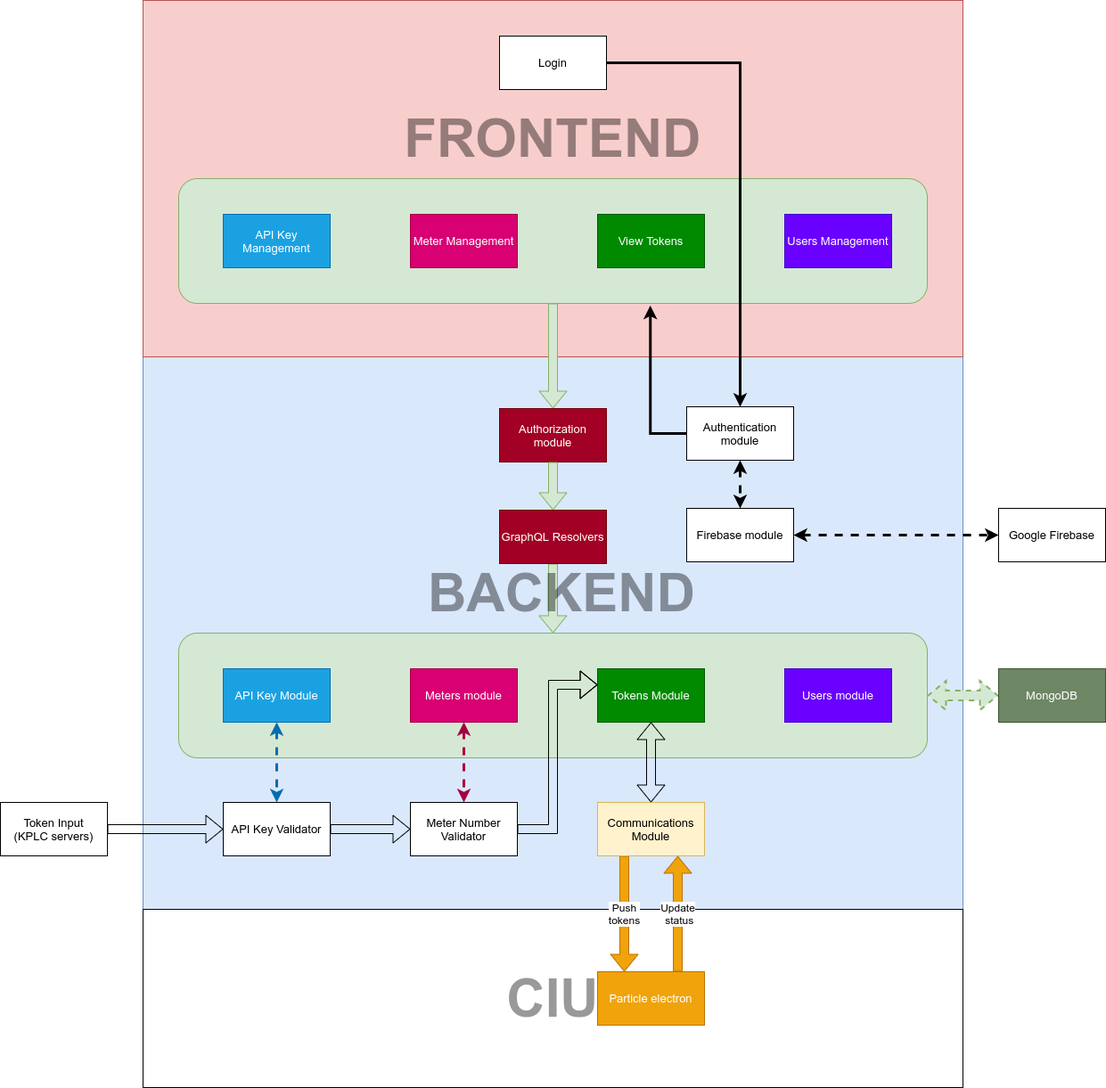
Earlier version of the draw.io export assets/logicv2.png (kisinga/ATS). Source tidied: cells renumbered, new cells last; positions are measured from the earlier drawing's top-left corner, leaving out a move shared by most shapes. Source of this version:
```xml
<mxGraphModel>
  <root>
    <mxCell id="0" />
    <mxCell id="1" parent="0" />
    <mxCell id="2" style="rounded=0;whiteSpace=wrap;html=1;fillColor=#dae8fc;strokeColor=#6c8ebf;textOpacity=40;fontSize=60;fontStyle=1;" parent="1" vertex="1">
      <mxGeometry x="160" y="400" width="920" height="620" as="geometry" />
    </mxCell>
    <mxCell id="3" style="edgeStyle=orthogonalEdgeStyle;jettySize=auto;html=1;startArrow=classic;dashed=1;strokeWidth=2;rounded=0;startFill=1;fillColor=#d5e8d4;strokeColor=#82b366;shape=flexArrow;" parent="1" edge="1" source="29" target="18">
      <mxGeometry relative="1" as="geometry" />
    </mxCell>
    <mxCell id="4" style="rounded=0;whiteSpace=wrap;html=1;fillColor=#f8cecc;strokeColor=#b85450;fontSize=60;textOpacity=40;" parent="1" vertex="1">
      <mxGeometry x="160" width="920" height="400" as="geometry" />
    </mxCell>
    <mxCell id="5" style="edgeStyle=orthogonalEdgeStyle;rounded=0;jettySize=auto;html=1;shape=flexArrow;fillColor=#d5e8d4;strokeColor=#82b366;exitX=0.5;exitY=1;exitDx=0;exitDy=0;" parent="1" edge="1" source="36" target="25">
      <mxGeometry relative="1" as="geometry" />
    </mxCell>
    <mxCell id="6" value="Login" style="rounded=0;whiteSpace=wrap;html=1;fontSize=13;" parent="1" vertex="1">
      <mxGeometry x="560" y="40" width="120" height="60" as="geometry" />
    </mxCell>
    <mxCell id="7" style="edgeStyle=orthogonalEdgeStyle;rounded=0;jettySize=auto;html=1;strokeWidth=3;fillColor=#d5e8d4;exitX=0;exitY=0.5;exitDx=0;exitDy=0;entryX=0.63;entryY=1.017;entryDx=0;entryDy=0;entryPerimeter=0;" parent="1" edge="1" source="21" target="36">
      <mxGeometry relative="1" as="geometry">
        <Array as="points">
          <mxPoint x="729" y="486" />
        </Array>
      </mxGeometry>
    </mxCell>
    <mxCell id="8" style="rounded=0;whiteSpace=wrap;html=1;fontSize=60;fontStyle=1;textOpacity=40;" parent="1" vertex="1">
      <mxGeometry x="160" y="1020" width="920" height="200" as="geometry" />
    </mxCell>
    <mxCell id="9" value="&lt;font style=&quot;font-size: 12px&quot;&gt;Update&lt;br&gt;&amp;nbsp;status&lt;/font&gt;" style="edgeStyle=orthogonalEdgeStyle;shape=flexArrow;rounded=0;jettySize=auto;html=1;startArrow=none;startFill=0;strokeWidth=1;fontSize=12;entryX=0.75;entryY=1;entryDx=0;entryDy=0;exitX=0.75;exitY=0;exitDx=0;exitDy=0;fillColor=#f0a30a;strokeColor=#BD7000;" parent="1" edge="1" source="10" target="13">
      <mxGeometry relative="1" as="geometry" />
    </mxCell>
    <mxCell id="10" value="Particle electron" style="rounded=0;whiteSpace=wrap;html=1;fontSize=13;fillColor=#f0a30a;strokeColor=#BD7000;fontColor=#ffffff;" parent="1" vertex="1">
      <mxGeometry x="670" y="1090" width="120" height="60" as="geometry" />
    </mxCell>
    <mxCell id="11" value="FRONTEND" style="rounded=0;whiteSpace=wrap;html=1;fontSize=60;strokeColor=none;fillColor=none;textOpacity=40;fontStyle=1;" parent="1" vertex="1">
      <mxGeometry x="440" y="100" width="360" height="110" as="geometry" />
    </mxCell>
    <mxCell id="12" value="Push&lt;br&gt;tokens" style="edgeStyle=orthogonalEdgeStyle;shape=flexArrow;rounded=0;jettySize=auto;html=1;startArrow=none;startFill=0;strokeWidth=1;fontSize=12;exitX=0.25;exitY=1;exitDx=0;exitDy=0;entryX=0.25;entryY=0;entryDx=0;entryDy=0;fillColor=#f0a30a;strokeColor=#BD7000;" parent="1" edge="1" source="13" target="10">
      <mxGeometry relative="1" as="geometry" />
    </mxCell>
    <mxCell id="13" value="Communications Module" style="rounded=0;whiteSpace=wrap;html=1;fontSize=13;fillColor=#fff2cc;strokeColor=#d6b656;" parent="1" vertex="1">
      <mxGeometry x="670" y="900" width="120" height="60" as="geometry" />
    </mxCell>
    <mxCell id="14" value="Google Firebase" style="rounded=0;whiteSpace=wrap;html=1;fontSize=13;" parent="1" vertex="1">
      <mxGeometry x="1120" y="570" width="120" height="60" as="geometry" />
    </mxCell>
    <mxCell id="15" style="edgeStyle=orthogonalEdgeStyle;rounded=0;jettySize=auto;html=1;strokeWidth=3;fontSize=60;startArrow=classic;startFill=1;entryX=0;entryY=0.5;entryDx=0;entryDy=0;dashed=1;" parent="1" edge="1" source="22" target="14">
      <mxGeometry relative="1" as="geometry" />
    </mxCell>
    <mxCell id="16" value="CIU" style="rounded=0;whiteSpace=wrap;html=1;fontSize=60;strokeColor=none;fillColor=none;textOpacity=40;fontStyle=1;" parent="1" vertex="1">
      <mxGeometry x="565" y="1065" width="110" height="110" as="geometry" />
    </mxCell>
    <mxCell id="17" style="edgeStyle=orthogonalEdgeStyle;shape=flexArrow;rounded=0;jettySize=auto;html=1;fillColor=#d5e8d4;strokeColor=#82b366;exitX=0.5;exitY=1;exitDx=0;exitDy=0;entryX=0.5;entryY=0;entryDx=0;entryDy=0;" parent="1" edge="1" source="26" target="29">
      <mxGeometry relative="1" as="geometry" />
    </mxCell>
    <mxCell id="18" value="MongoDB" style="rounded=0;whiteSpace=wrap;html=1;fontSize=13;fillColor=#6d8764;strokeColor=#3A5431;fontColor=#ffffff;" parent="1" vertex="1">
      <mxGeometry x="1120" y="750" width="120" height="60" as="geometry" />
    </mxCell>
    <mxCell id="19" value="BACKEND" style="rounded=0;whiteSpace=wrap;html=1;fontSize=60;strokeColor=none;fillColor=none;textOpacity=40;fontStyle=1;" parent="1" vertex="1">
      <mxGeometry x="450" y="640" width="360" height="50" as="geometry" />
    </mxCell>
    <mxCell id="20" style="group;" parent="1" vertex="1">
      <mxGeometry x="770" y="456" width="120" height="174" as="geometry" />
    </mxCell>
    <mxCell id="21" value="Authentication module" style="rounded=0;whiteSpace=wrap;html=1;fontSize=13;" parent="20" vertex="1">
      <mxGeometry width="120" height="60" as="geometry" />
    </mxCell>
    <mxCell id="22" value="Firebase module" style="rounded=0;whiteSpace=wrap;html=1;fontSize=13;" parent="20" vertex="1">
      <mxGeometry y="114" width="120" height="60" as="geometry" />
    </mxCell>
    <mxCell id="23" style="edgeStyle=orthogonalEdgeStyle;rounded=0;jettySize=auto;html=1;strokeWidth=3;fontSize=60;startArrow=classic;startFill=1;dashed=1;" parent="20" edge="1" source="21" target="22">
      <mxGeometry relative="1" as="geometry" />
    </mxCell>
    <mxCell id="24" style="group;" parent="1" vertex="1">
      <mxGeometry x="560" y="458" width="120" height="174" as="geometry" />
    </mxCell>
    <mxCell id="25" value="Authorization module" style="rounded=0;whiteSpace=wrap;html=1;fillColor=#a20025;strokeColor=#6F0000;fontSize=13;fontColor=#ffffff;" parent="24" vertex="1">
      <mxGeometry width="120" height="60" as="geometry" />
    </mxCell>
    <mxCell id="26" value="GraphQL Resolvers" style="rounded=0;whiteSpace=wrap;html=1;fillColor=#a20025;fontSize=13;strokeColor=#6F0000;fontColor=#ffffff;" parent="24" vertex="1">
      <mxGeometry y="114" width="120" height="60" as="geometry" />
    </mxCell>
    <mxCell id="27" style="edgeStyle=orthogonalEdgeStyle;rounded=0;jumpSize=6;jettySize=auto;html=1;startArrow=none;startFill=0;strokeWidth=1;fontSize=12;shape=flexArrow;fillColor=#d5e8d4;strokeColor=#82b366;" parent="24" edge="1" source="25" target="26">
      <mxGeometry relative="1" as="geometry" />
    </mxCell>
    <mxCell id="28" style="group;" parent="1" vertex="1">
      <mxGeometry x="200" y="710" width="840" height="140" as="geometry" />
    </mxCell>
    <mxCell id="29" style="rounded=1;whiteSpace=wrap;html=1;fillColor=#d5e8d4;strokeColor=#82b366;" parent="28" vertex="1">
      <mxGeometry width="840" height="140" as="geometry" />
    </mxCell>
    <mxCell id="30" style="group;" parent="28" vertex="1">
      <mxGeometry x="50" y="40" width="750" height="60" as="geometry" />
    </mxCell>
    <mxCell id="31" value="Users module" style="rounded=0;whiteSpace=wrap;html=1;fontSize=13;fillColor=#6a00ff;strokeColor=#3700CC;fontColor=#ffffff;" parent="30" vertex="1">
      <mxGeometry x="630" width="120" height="60" as="geometry" />
    </mxCell>
    <mxCell id="32" value="API Key Module" style="rounded=0;whiteSpace=wrap;html=1;fontSize=13;fillColor=#1ba1e2;strokeColor=#006EAF;fontColor=#ffffff;" parent="30" vertex="1">
      <mxGeometry width="120" height="60" as="geometry" />
    </mxCell>
    <mxCell id="33" value="Meters module" style="rounded=0;whiteSpace=wrap;html=1;fontSize=13;fillColor=#d80073;strokeColor=#A50040;fontColor=#ffffff;" parent="30" vertex="1">
      <mxGeometry x="210" width="120" height="60" as="geometry" />
    </mxCell>
    <mxCell id="34" value="Tokens Module" style="rounded=0;whiteSpace=wrap;html=1;fontSize=13;fillColor=#008a00;strokeColor=#005700;fontColor=#ffffff;" parent="30" vertex="1">
      <mxGeometry x="420" width="120" height="60" as="geometry" />
    </mxCell>
    <mxCell id="35" style="group;" parent="1" vertex="1">
      <mxGeometry x="200" y="200" width="840" height="140" as="geometry" />
    </mxCell>
    <mxCell id="36" style="rounded=1;whiteSpace=wrap;html=1;fillColor=#d5e8d4;strokeColor=#82b366;" parent="35" vertex="1">
      <mxGeometry width="840" height="140" as="geometry" />
    </mxCell>
    <mxCell id="37" style="group;" parent="35" vertex="1">
      <mxGeometry x="50" y="40" width="750" height="60" as="geometry" />
    </mxCell>
    <mxCell id="38" value="Users Management" style="rounded=0;whiteSpace=wrap;html=1;fontSize=13;fillColor=#6a00ff;strokeColor=#3700CC;fontColor=#ffffff;" parent="37" vertex="1">
      <mxGeometry x="630" width="120" height="60" as="geometry" />
    </mxCell>
    <mxCell id="39" value="API Key Management" style="rounded=0;whiteSpace=wrap;html=1;fontSize=13;fillColor=#1ba1e2;strokeColor=#006EAF;fontColor=#ffffff;" parent="37" vertex="1">
      <mxGeometry width="120" height="60" as="geometry" />
    </mxCell>
    <mxCell id="40" value="Meter Management" style="rounded=0;whiteSpace=wrap;html=1;fontSize=13;fillColor=#d80073;strokeColor=#A50040;fontColor=#ffffff;" parent="37" vertex="1">
      <mxGeometry x="210" width="120" height="60" as="geometry" />
    </mxCell>
    <mxCell id="41" value="View Tokens" style="rounded=0;whiteSpace=wrap;html=1;fontSize=13;fillColor=#008a00;strokeColor=#005700;fontColor=#ffffff;" parent="37" vertex="1">
      <mxGeometry x="420" width="120" height="60" as="geometry" />
    </mxCell>
    <mxCell id="42" style="edgeStyle=orthogonalEdgeStyle;rounded=0;jettySize=auto;html=1;strokeWidth=3;" parent="1" edge="1" source="6" target="21">
      <mxGeometry relative="1" as="geometry" />
    </mxCell>
    <mxCell id="43" style="edgeStyle=orthogonalEdgeStyle;rounded=0;jettySize=auto;html=1;entryX=0.5;entryY=0;entryDx=0;entryDy=0;dashed=1;startArrow=classic;startFill=1;strokeWidth=3;fontSize=60;jumpSize=6;fillColor=#d80073;strokeColor=#A50040;" parent="1" edge="1" source="33" target="48">
      <mxGeometry relative="1" as="geometry" />
    </mxCell>
    <mxCell id="44" style="edgeStyle=orthogonalEdgeStyle;rounded=0;jettySize=auto;html=1;startArrow=classic;startFill=1;strokeWidth=3;fontSize=60;dashed=1;fillColor=#1ba1e2;strokeColor=#006EAF;" parent="1" edge="1" source="32" target="50">
      <mxGeometry relative="1" as="geometry" />
    </mxCell>
    <mxCell id="45" style="edgeStyle=orthogonalEdgeStyle;shape=flexArrow;rounded=0;jettySize=auto;html=1;startArrow=none;startFill=0;strokeWidth=1;fontSize=60;exitX=1;exitY=0.5;exitDx=0;exitDy=0;" parent="1" edge="1" source="48" target="34">
      <mxGeometry relative="1" as="geometry">
        <Array as="points">
          <mxPoint x="620" y="930" />
          <mxPoint x="620" y="768" />
        </Array>
      </mxGeometry>
    </mxCell>
    <mxCell id="46" style="edgeStyle=orthogonalEdgeStyle;shape=flexArrow;rounded=0;jettySize=auto;html=1;startArrow=block;startFill=0;strokeWidth=1;fontSize=60;" parent="1" edge="1" source="34" target="13">
      <mxGeometry relative="1" as="geometry" />
    </mxCell>
    <mxCell id="47" style="group;" parent="1" vertex="1">
      <mxGeometry y="900" width="580" height="60" as="geometry" />
    </mxCell>
    <mxCell id="48" value="Meter Number Validator" style="rounded=0;whiteSpace=wrap;html=1;fontSize=13;" parent="47" vertex="1">
      <mxGeometry x="460" width="120" height="60" as="geometry" />
    </mxCell>
    <mxCell id="49" style="edgeStyle=orthogonalEdgeStyle;shape=flexArrow;rounded=0;jettySize=auto;html=1;startArrow=none;startFill=0;strokeWidth=1;fontSize=60;" parent="47" edge="1" source="50" target="48">
      <mxGeometry relative="1" as="geometry" />
    </mxCell>
    <mxCell id="50" value="API Key Validator" style="rounded=0;whiteSpace=wrap;html=1;fontSize=13;" parent="47" vertex="1">
      <mxGeometry x="250" width="120" height="60" as="geometry" />
    </mxCell>
    <mxCell id="51" style="edgeStyle=orthogonalEdgeStyle;shape=flexArrow;rounded=0;jettySize=auto;html=1;startArrow=none;startFill=0;strokeWidth=1;fontSize=60;" parent="47" edge="1" source="52" target="50">
      <mxGeometry relative="1" as="geometry" />
    </mxCell>
    <mxCell id="52" value="Token Input&lt;br&gt;(KPLC servers)" style="rounded=0;whiteSpace=wrap;html=1;fontSize=13;" parent="47" vertex="1">
      <mxGeometry width="120" height="60" as="geometry" />
    </mxCell>
  </root>
</mxGraphModel>
```
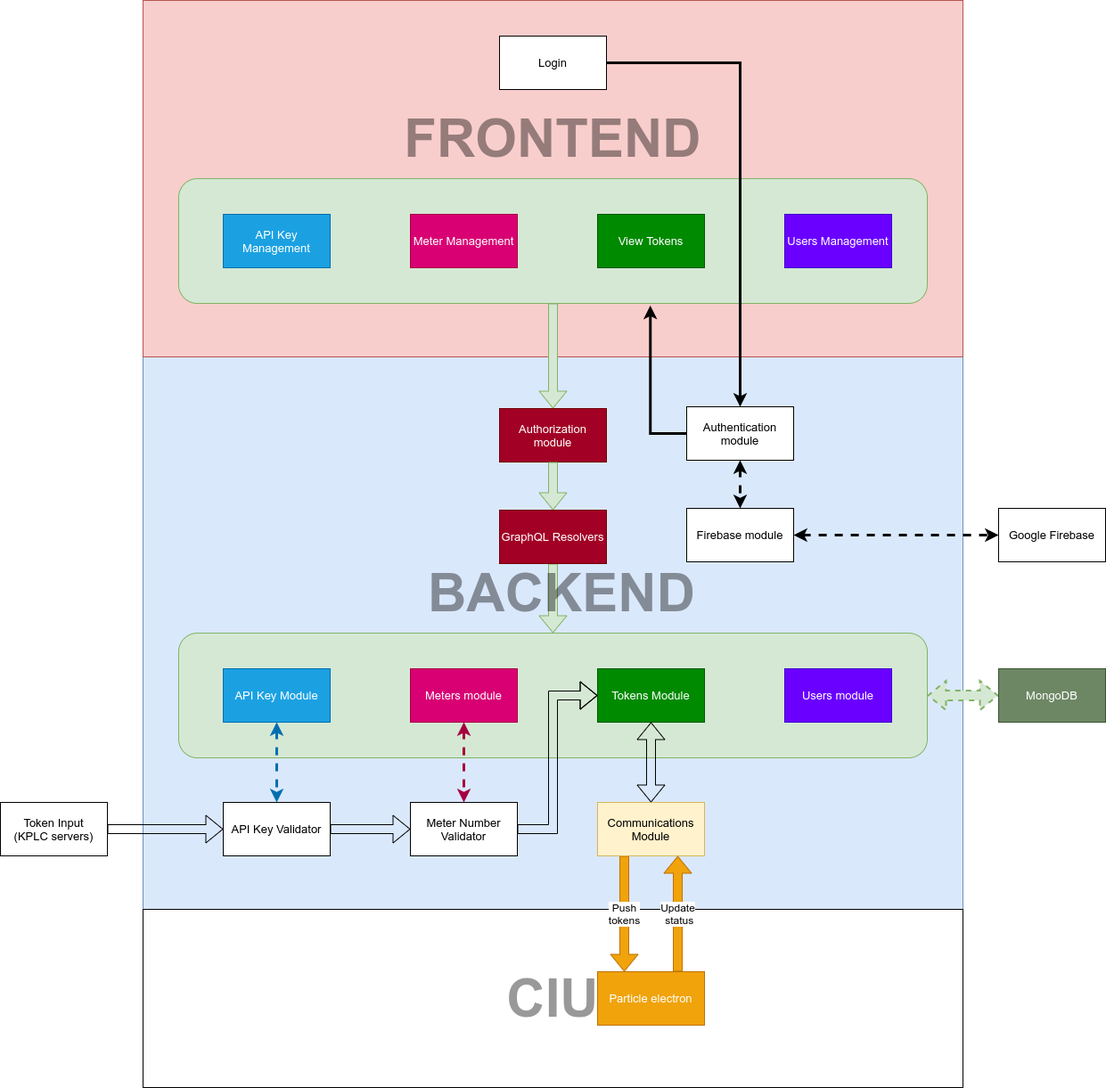
After the change.

Change to the diagram source:
```diff
@@ -135,11 +135,11 @@
     <mxCell id="44" style="edgeStyle=orthogonalEdgeStyle;rounded=0;jettySize=auto;html=1;startArrow=classic;startFill=1;strokeWidth=3;fontSize=60;dashed=1;fillColor=#1ba1e2;strokeColor=#006EAF;" parent="1" edge="1" source="32" target="50">
       <mxGeometry relative="1" as="geometry" />
     </mxCell>
-    <mxCell id="45" style="edgeStyle=orthogonalEdgeStyle;shape=flexArrow;rounded=0;jettySize=auto;html=1;startArrow=none;startFill=0;strokeWidth=1;fontSize=60;exitX=1;exitY=0.5;exitDx=0;exitDy=0;" parent="1" edge="1" source="48" target="34">
+    <mxCell id="45" style="edgeStyle=orthogonalEdgeStyle;shape=flexArrow;rounded=0;jettySize=auto;html=1;startArrow=none;startFill=0;strokeWidth=1;fontSize=60;exitX=1;exitY=0.5;exitDx=0;exitDy=0;entryX=0;entryY=0.5;entryDx=0;entryDy=0;" parent="1" edge="1" source="48" target="34">
       <mxGeometry relative="1" as="geometry">
         <Array as="points">
           <mxPoint x="620" y="930" />
-          <mxPoint x="620" y="768" />
+          <mxPoint x="620" y="780" />
         </Array>
       </mxGeometry>
     </mxCell>
```
